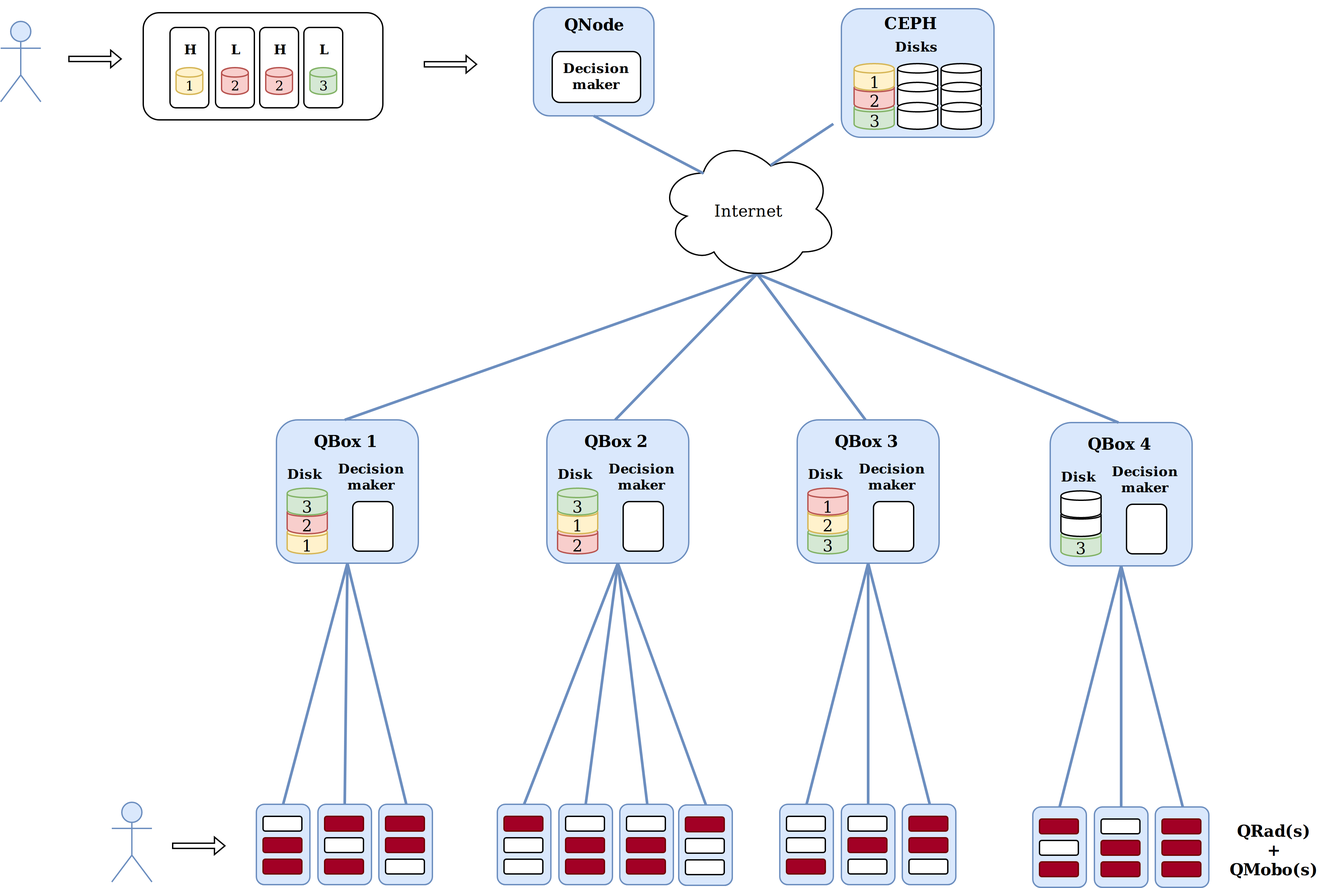
This is presentation/figures/Qanot structure-3rep.png from andersonandrei/uga-master-thesis, a draw.io export, as it was before one commit. Source tidied: cells renumbered, new cells last; positions are measured from the earlier drawing's top-left corner, leaving out a move shared by most shapes.
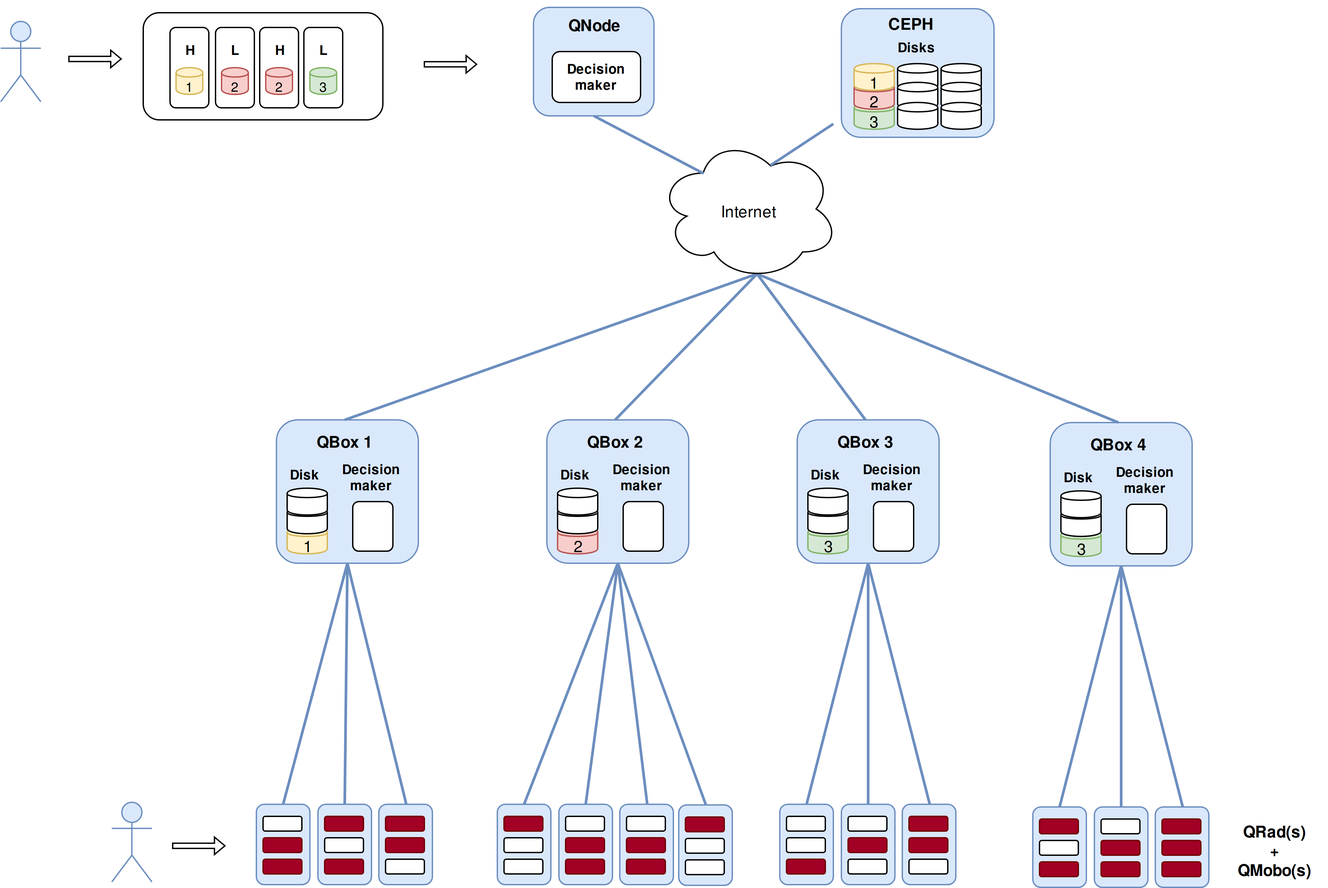
The same file after the commit.

What changed in the source:
```diff
@@ -230,22 +230,22 @@
     <mxCell id="75" style="rounded=1;whiteSpace=wrap;html=1;fillColor=#a20025;strokeColor=#6F0000;fontColor=#ffffff;" parent="1" vertex="1">
       <mxGeometry x="511.5" y="609.5" width="29" height="11" as="geometry" />
     </mxCell>
-    <mxCell id="76" value="2" style="shape=cylinder;whiteSpace=wrap;html=1;boundedLbl=1;backgroundOutline=1;fillColor=#f8cecc;strokeColor=#b85450;" parent="1" vertex="1">
+    <mxCell id="76" style="shape=cylinder;whiteSpace=wrap;html=1;boundedLbl=1;backgroundOutline=1;" parent="1" vertex="1">
       <mxGeometry x="214" y="378" width="30" height="20" as="geometry" />
     </mxCell>
-    <mxCell id="77" value="3" style="shape=cylinder;whiteSpace=wrap;html=1;boundedLbl=1;backgroundOutline=1;fillColor=#d5e8d4;strokeColor=#82b366;" parent="1" vertex="1">
+    <mxCell id="77" style="shape=cylinder;whiteSpace=wrap;html=1;boundedLbl=1;backgroundOutline=1;" parent="1" vertex="1">
       <mxGeometry x="214" y="364" width="30" height="20" as="geometry" />
     </mxCell>
-    <mxCell id="78" value="1" style="shape=cylinder;whiteSpace=wrap;html=1;boundedLbl=1;backgroundOutline=1;fillColor=#fff2cc;strokeColor=#d6b656;" parent="1" vertex="1">
+    <mxCell id="78" style="shape=cylinder;whiteSpace=wrap;html=1;boundedLbl=1;backgroundOutline=1;" parent="1" vertex="1">
       <mxGeometry x="416" y="378" width="30" height="20" as="geometry" />
     </mxCell>
-    <mxCell id="79" value="3" style="shape=cylinder;whiteSpace=wrap;html=1;boundedLbl=1;backgroundOutline=1;fillColor=#d5e8d4;strokeColor=#82b366;" parent="1" vertex="1">
+    <mxCell id="79" style="shape=cylinder;whiteSpace=wrap;html=1;boundedLbl=1;backgroundOutline=1;" parent="1" vertex="1">
       <mxGeometry x="416" y="364" width="30" height="20" as="geometry" />
     </mxCell>
-    <mxCell id="80" value="2" style="shape=cylinder;whiteSpace=wrap;html=1;boundedLbl=1;backgroundOutline=1;fillColor=#fff2cc;strokeColor=#d6b656;" parent="1" vertex="1">
+    <mxCell id="80" style="shape=cylinder;whiteSpace=wrap;html=1;boundedLbl=1;backgroundOutline=1;" parent="1" vertex="1">
       <mxGeometry x="603" y="378" width="30" height="20" as="geometry" />
     </mxCell>
-    <mxCell id="81" value="1" style="shape=cylinder;whiteSpace=wrap;html=1;boundedLbl=1;backgroundOutline=1;fillColor=#f8cecc;strokeColor=#b85450;" parent="1" vertex="1">
+    <mxCell id="81" style="shape=cylinder;whiteSpace=wrap;html=1;boundedLbl=1;backgroundOutline=1;" parent="1" vertex="1">
       <mxGeometry x="603" y="364" width="30" height="20" as="geometry" />
     </mxCell>
     <mxCell id="82" style="rounded=1;fillColor=#dae8fc;strokeColor=#6c8ebf;strokeWidth=1;shadow=0;html=1;fontSize=10;" parent="1" vertex="1">
```
